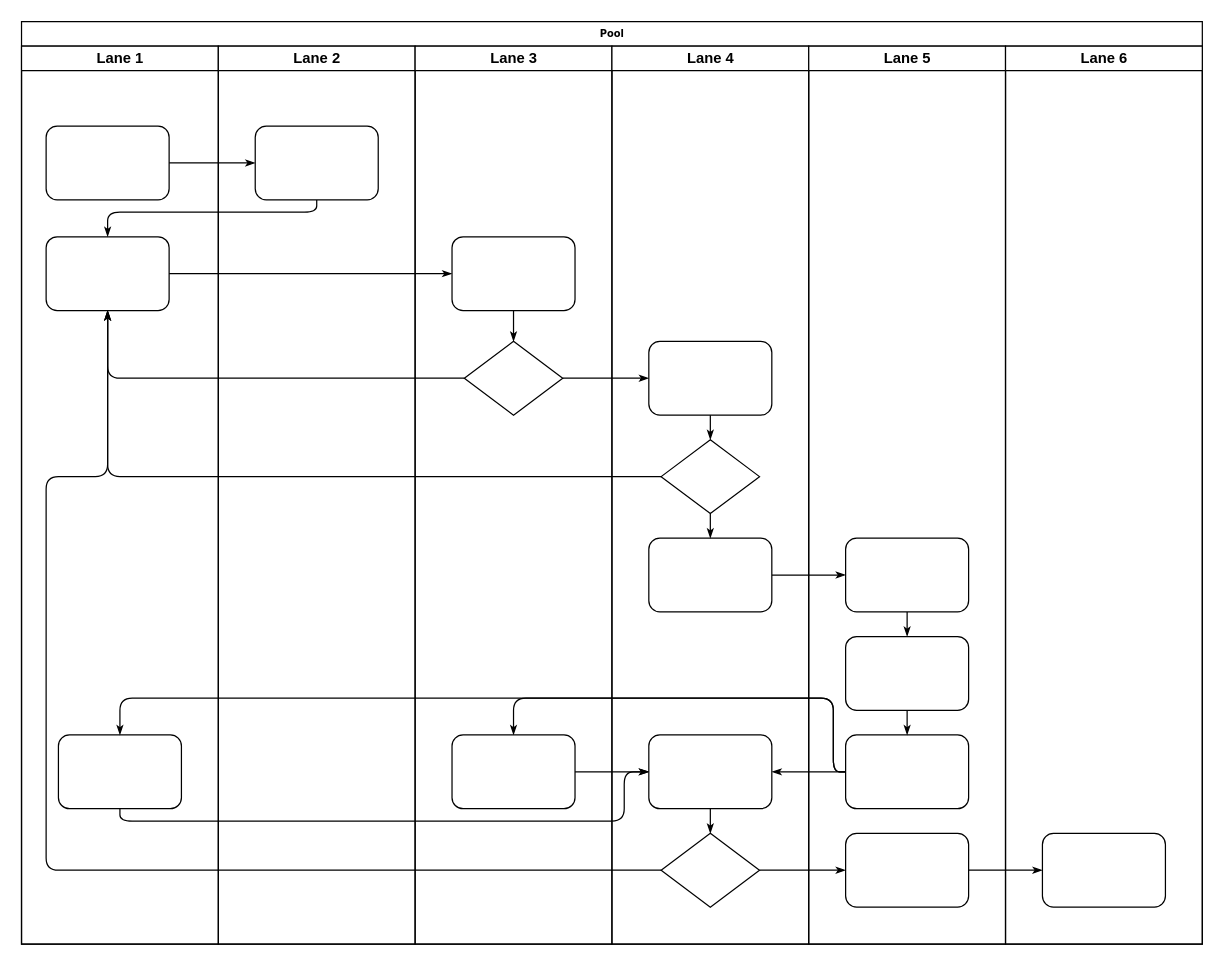
Earlier version of the draw.io diagram temp3.drawio (Navven/Img). Source tidied: cells renumbered, new cells numbered last; positions are measured from the earlier drawing's top-left corner, leaving out a move shared by most shapes. Both pictures are drawn from the tidied source at 123%, with x=0, y=0 at pixel (21, 21).
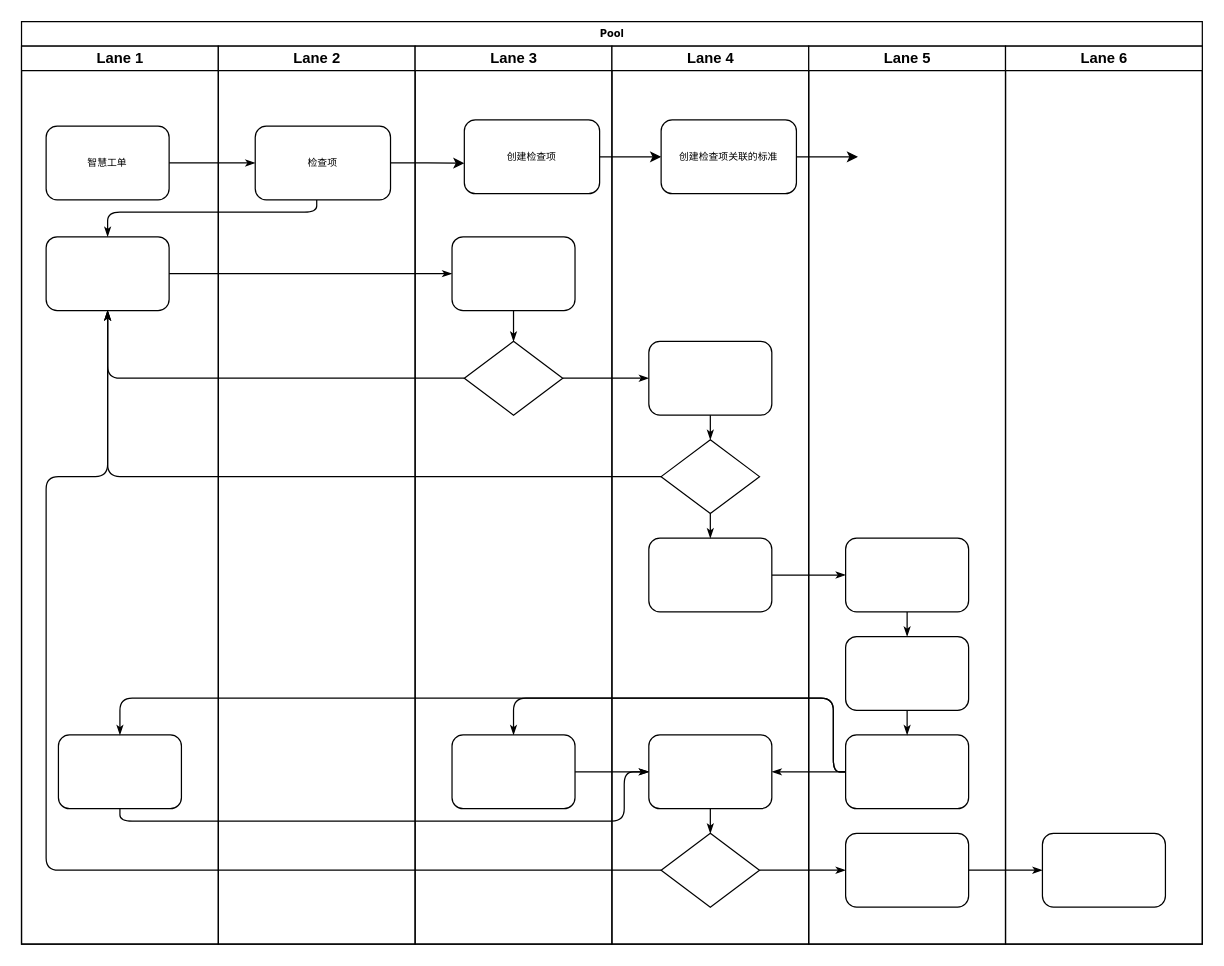
Above is the later version.

The change refers to these unchanged cells:
```xml
<mxCell id="2" value="Pool" style="swimlane;html=1;startSize=20;rounded=0;shadow=0;labelBackgroundColor=none;strokeWidth=1;fontFamily=Verdana;fontSize=8;align=center;" parent="1" vertex="1">
  <mxGeometry width="960" height="750" as="geometry" />
</mxCell>
<mxCell id="3" value="Lane 1" style="swimlane;html=1;startSize=20;" parent="2" vertex="1">
  <mxGeometry y="20" width="160" height="730" as="geometry" />
</mxCell>
<mxCell id="22" value="Lane 2" style="swimlane;html=1;startSize=20;" parent="2" vertex="1">
  <mxGeometry x="160" y="20" width="160" height="730" as="geometry" />
</mxCell>
<mxCell id="24" value="Lane 3" style="swimlane;html=1;startSize=20;" parent="2" vertex="1">
  <mxGeometry x="320" y="20" width="160" height="730" as="geometry" />
</mxCell>
<mxCell id="29" value="Lane 4" style="swimlane;html=1;startSize=20;" parent="2" vertex="1">
  <mxGeometry x="480" y="20" width="160" height="730" as="geometry" />
</mxCell>
```

What changed in the source:
```diff
@@
-    <mxCell id="4" style="rounded=1;whiteSpace=wrap;html=1;shadow=0;labelBackgroundColor=none;strokeWidth=1;fontFamily=Verdana;fontSize=8;align=center;" parent="3" vertex="1">
+    <mxCell id="4" value="&lt;div&gt;智慧工单&lt;/div&gt;" style="rounded=1;whiteSpace=wrap;html=1;shadow=0;labelBackgroundColor=none;strokeWidth=1;fontFamily=Verdana;fontSize=8;align=center;" parent="3" vertex="1">
       <mxGeometry x="20" y="65" width="100" height="60" as="geometry" />
     </mxCell>
@@
+    <mxCell id="47" style="edgeStyle=orthogonalEdgeStyle;rounded=0;jettySize=auto;html=1;exitX=1;exitY=0.5;exitDx=0;exitDy=0;" parent="22" edge="1" source="23">
+      <mxGeometry relative="1" as="geometry">
+        <mxPoint x="200" y="95.2" as="targetPoint" />
+      </mxGeometry>
+    </mxCell>
-    <mxCell id="23" style="rounded=1;whiteSpace=wrap;html=1;shadow=0;labelBackgroundColor=none;strokeWidth=1;fontFamily=Verdana;fontSize=8;align=center;" parent="22" vertex="1">
-      <mxGeometry x="30" y="65" width="100" height="60" as="geometry" />
+    <mxCell id="23" value="&lt;div&gt;检查项&lt;/div&gt;" style="rounded=1;whiteSpace=wrap;html=1;shadow=0;labelBackgroundColor=none;strokeWidth=1;fontFamily=Verdana;fontSize=8;align=center;" parent="22" vertex="1">
+      <mxGeometry x="30" y="65" width="110" height="60" as="geometry" />
     </mxCell>
@@
+    <mxCell id="48" value="&lt;div&gt;&lt;div&gt;创建检查项&lt;/div&gt;&lt;/div&gt;" style="rounded=1;whiteSpace=wrap;html=1;shadow=0;labelBackgroundColor=none;strokeWidth=1;fontFamily=Verdana;fontSize=8;align=center;" parent="24" vertex="1">
+      <mxGeometry x="40" y="60" width="110" height="60" as="geometry" />
+    </mxCell>
@@
+    <mxCell id="49" style="edgeStyle=orthogonalEdgeStyle;rounded=0;jettySize=auto;html=1;exitX=1;exitY=0.5;exitDx=0;exitDy=0;" parent="29" edge="1" source="50">
+      <mxGeometry relative="1" as="geometry">
+        <mxPoint x="200" y="90" as="targetPoint" />
+      </mxGeometry>
+    </mxCell>
+    <mxCell id="50" value="&lt;div&gt;&lt;div&gt;&lt;div&gt;创建检查项关联的标准&lt;/div&gt;&lt;/div&gt;&lt;/div&gt;" style="rounded=1;whiteSpace=wrap;html=1;shadow=0;labelBackgroundColor=none;strokeWidth=1;fontFamily=Verdana;fontSize=8;align=center;" parent="29" vertex="1">
+      <mxGeometry x="40" y="60" width="110" height="60" as="geometry" />
+    </mxCell>
@@
+    <mxCell id="51" style="edgeStyle=orthogonalEdgeStyle;rounded=0;jettySize=auto;html=1;exitX=1;exitY=0.5;exitDx=0;exitDy=0;entryX=0;entryY=0.5;entryDx=0;entryDy=0;" parent="2" edge="1" source="48" target="50">
+      <mxGeometry relative="1" as="geometry" />
+    </mxCell>
```
